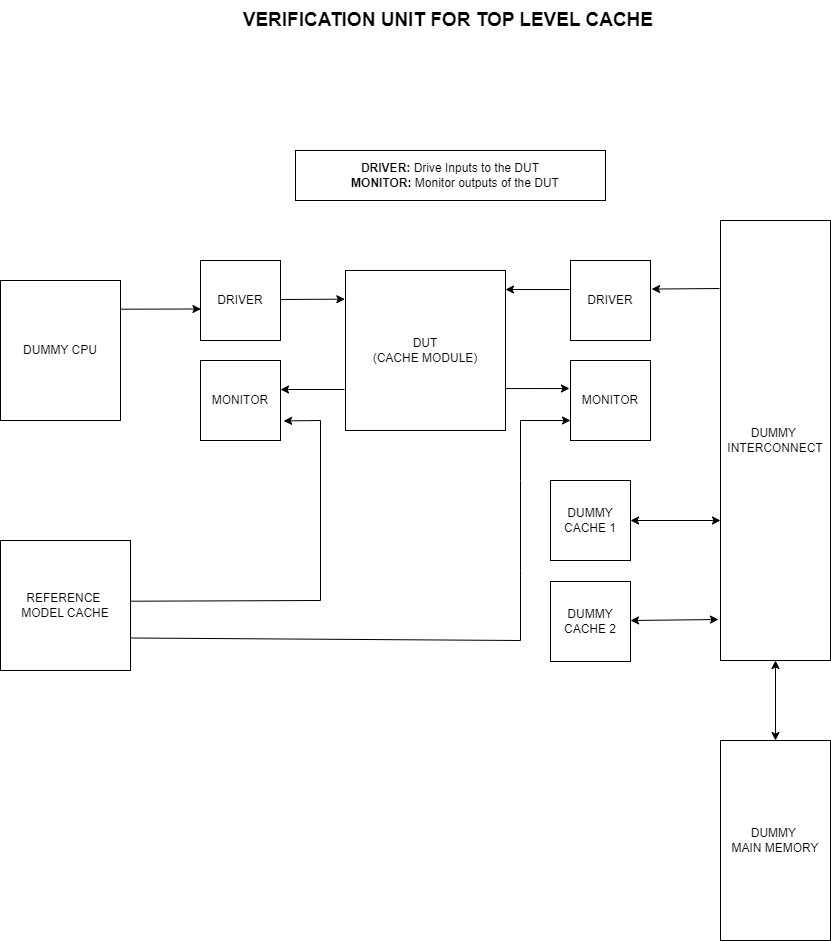
Above: docs/Verification Environment(draw.io).png in Hamzaweb49/cache-core (draw.io), before the change. Source tidied: cells renumbered, new cells last; positions are measured from the earlier drawing's top-left corner, leaving out a move shared by most shapes.
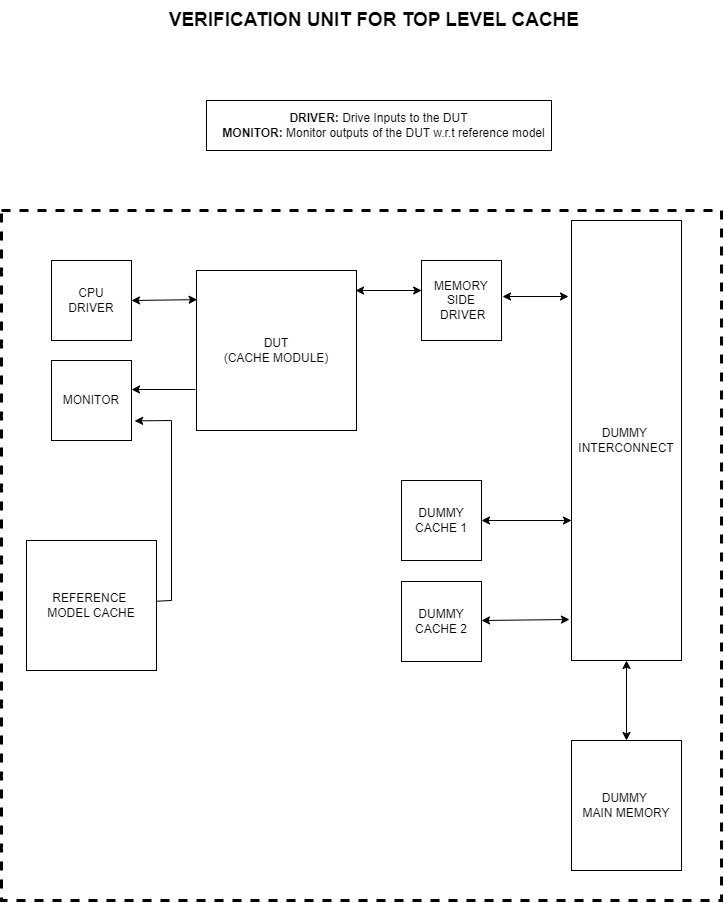
The same file after the commit.

Commit message:
Issue #31: Updated diagram for Verification Environment

Change to the diagram source:
```diff
@@ -2,107 +2,93 @@
   <root>
     <mxCell id="0" />
     <mxCell id="1" parent="0" />
+    <mxCell id="25" value="&lt;b&gt;&lt;font style=&quot;font-size: 19px;&quot;&gt;VERIFICATION UNIT FOR TOP LEVEL CACHE&amp;nbsp;&lt;/font&gt;&lt;/b&gt;" style="text;html=1;align=center;verticalAlign=middle;strokeColor=none;fillColor=none;" parent="1" vertex="1">
+      <mxGeometry x="305" width="440" height="40" as="geometry" />
+    </mxCell>
     <mxCell id="2" value="DUT&lt;br&gt;(CACHE MODULE)" style="whiteSpace=wrap;html=1;" parent="1" vertex="1">
       <mxGeometry x="345" y="270" width="160" height="160" as="geometry" />
     </mxCell>
     <mxCell id="3" value="DUMMY&amp;nbsp;&lt;div&gt;INTERCONNECT&lt;/div&gt;" style="rounded=0;whiteSpace=wrap;html=1;" parent="1" vertex="1">
       <mxGeometry x="720" y="220" width="110" height="440" as="geometry" />
     </mxCell>
-    <mxCell id="4" value="DRIVER" style="whiteSpace=wrap;html=1;" parent="1" vertex="1">
-      <mxGeometry x="570" y="260" width="80" height="80" as="geometry" />
-    </mxCell>
-    <mxCell id="5" value="DRIVER" style="whiteSpace=wrap;html=1;" parent="1" vertex="1">
-      <mxGeometry x="200" y="260" width="80" height="80" as="geometry" />
-    </mxCell>
-    <mxCell id="6" value="MONITOR" style="whiteSpace=wrap;html=1;" parent="1" vertex="1">
-      <mxGeometry x="200" y="360" width="80" height="80" as="geometry" />
-    </mxCell>
-    <mxCell id="7" value="MONITOR" style="whiteSpace=wrap;html=1;" parent="1" vertex="1">
-      <mxGeometry x="570" y="360" width="80" height="80" as="geometry" />
-    </mxCell>
-    <mxCell id="8" value="DUMMY CPU" style="rounded=0;whiteSpace=wrap;html=1;" parent="1" vertex="1">
-      <mxGeometry y="280" width="120" height="140" as="geometry" />
-    </mxCell>
-    <mxCell id="9" style="endArrow=classic;html=1;rounded=0;entryX=0.005;entryY=0.606;entryDx=0;entryDy=0;entryPerimeter=0;exitX=0.999;exitY=0.205;exitDx=0;exitDy=0;exitPerimeter=0;" parent="1" edge="1" source="8" target="5">
-      <mxGeometry relative="1" as="geometry" />
-    </mxCell>
-    <mxCell id="10" style="endArrow=classic;html=1;rounded=0;exitX=0.999;exitY=0.205;exitDx=0;exitDy=0;exitPerimeter=0;entryX=-0.004;entryY=0.179;entryDx=0;entryDy=0;entryPerimeter=0;" parent="1" edge="1" target="2">
-      <mxGeometry relative="1" as="geometry">
-        <mxPoint x="280" y="299" as="sourcePoint" />
-      </mxGeometry>
-    </mxCell>
-    <mxCell id="11" style="endArrow=classic;html=1;rounded=0;exitX=0.999;exitY=0.205;exitDx=0;exitDy=0;exitPerimeter=0;entryX=-0.004;entryY=0.179;entryDx=0;entryDy=0;entryPerimeter=0;" parent="1" edge="1">
-      <mxGeometry relative="1" as="geometry">
-        <mxPoint x="344" y="389" as="sourcePoint" />
-        <mxPoint x="280" y="389" as="targetPoint" />
-      </mxGeometry>
-    </mxCell>
-    <mxCell id="12" style="endArrow=classic;html=1;rounded=0;exitX=0.999;exitY=0.205;exitDx=0;exitDy=0;exitPerimeter=0;entryX=-0.004;entryY=0.179;entryDx=0;entryDy=0;entryPerimeter=0;" parent="1" edge="1">
-      <mxGeometry relative="1" as="geometry">
-        <mxPoint x="569" y="289" as="sourcePoint" />
-        <mxPoint x="505" y="289" as="targetPoint" />
-      </mxGeometry>
-    </mxCell>
-    <mxCell id="13" style="endArrow=classic;html=1;rounded=0;exitX=0.999;exitY=0.205;exitDx=0;exitDy=0;exitPerimeter=0;entryX=1.014;entryY=0.357;entryDx=0;entryDy=0;entryPerimeter=0;" parent="1" edge="1" target="4">
-      <mxGeometry relative="1" as="geometry">
-        <mxPoint x="719" y="288" as="sourcePoint" />
-      </mxGeometry>
-    </mxCell>
-    <mxCell id="14" style="endArrow=classic;html=1;rounded=0;exitX=0.996;exitY=0.738;exitDx=0;exitDy=0;exitPerimeter=0;entryX=0.983;entryY=0.354;entryDx=0;entryDy=0;entryPerimeter=0;" parent="1" edge="1" source="2">
-      <mxGeometry relative="1" as="geometry">
-        <mxPoint x="569" y="388" as="targetPoint" />
-      </mxGeometry>
-    </mxCell>
+    <mxCell id="26" value="MEMORY SIDE&lt;div&gt;&amp;nbsp;DRIVER&lt;/div&gt;" style="whiteSpace=wrap;html=1;" parent="1" vertex="1">
+      <mxGeometry x="570" y="260" width="80" height="80" as="geometry" />
+    </mxCell>
+    <mxCell id="27" value="CPU&lt;div&gt;DRIVER&lt;/div&gt;" style="whiteSpace=wrap;html=1;" parent="1" vertex="1">
+      <mxGeometry x="200" y="260" width="80" height="80" as="geometry" />
+    </mxCell>
+    <mxCell id="28" value="MONITOR" style="whiteSpace=wrap;html=1;" parent="1" vertex="1">
+      <mxGeometry x="200" y="360" width="80" height="80" as="geometry" />
+    </mxCell>
+    <mxCell id="29" style="endArrow=classic;html=1;rounded=0;exitX=0.999;exitY=0.205;exitDx=0;exitDy=0;exitPerimeter=0;entryX=-0.004;entryY=0.179;entryDx=0;entryDy=0;entryPerimeter=0;" parent="1" edge="1">
+      <mxGeometry relative="1" as="geometry">
+        <mxPoint x="344" y="389" as="sourcePoint" />
+        <mxPoint x="280" y="389" as="targetPoint" />
+      </mxGeometry>
+    </mxCell>
     <mxCell id="15" value="DUMMY CACHE 1" style="whiteSpace=wrap;html=1;" parent="1" vertex="1">
       <mxGeometry x="550" y="480" width="80" height="80" as="geometry" />
     </mxCell>
     <mxCell id="16" value="DUMMY CACHE 2" style="whiteSpace=wrap;html=1;" parent="1" vertex="1">
       <mxGeometry x="550" y="581" width="80" height="80" as="geometry" />
     </mxCell>
-    <mxCell id="17" style="endArrow=classic;startArrow=classic;html=1;rounded=0;exitX=1;exitY=0.5;exitDx=0;exitDy=0;" parent="1" edge="1" source="15">
-      <mxGeometry relative="1" as="geometry">
-        <mxPoint x="720" y="520" as="targetPoint" />
-      </mxGeometry>
-    </mxCell>
-    <mxCell id="18" style="endArrow=classic;startArrow=classic;html=1;rounded=0;entryX=-0.017;entryY=0.695;entryDx=0;entryDy=0;entryPerimeter=0;exitX=1;exitY=0.5;exitDx=0;exitDy=0;" parent="1" edge="1">
-      <mxGeometry relative="1" as="geometry">
-        <mxPoint x="630" y="620" as="sourcePoint" />
-        <mxPoint x="718" y="619" as="targetPoint" />
-      </mxGeometry>
-    </mxCell>
+    <mxCell id="30" style="endArrow=classic;startArrow=classic;html=1;rounded=0;exitX=1;exitY=0.5;exitDx=0;exitDy=0;" parent="1" edge="1" source="15">
+      <mxGeometry relative="1" as="geometry">
+        <mxPoint x="720" y="520" as="targetPoint" />
+      </mxGeometry>
+    </mxCell>
+    <mxCell id="31" style="endArrow=classic;startArrow=classic;html=1;rounded=0;entryX=-0.017;entryY=0.695;entryDx=0;entryDy=0;entryPerimeter=0;exitX=1;exitY=0.5;exitDx=0;exitDy=0;" parent="1" edge="1">
+      <mxGeometry relative="1" as="geometry">
+        <mxPoint x="630" y="620" as="sourcePoint" />
+        <mxPoint x="718" y="619" as="targetPoint" />
+      </mxGeometry>
+    </mxCell>
     <mxCell id="19" value="DUMMY&amp;nbsp;&lt;div&gt;MAIN MEMORY&lt;/div&gt;" style="rounded=0;whiteSpace=wrap;html=1;" parent="1" vertex="1">
-      <mxGeometry x="720" y="740" width="110" height="200" as="geometry" />
+      <mxGeometry x="720" y="740" width="110" height="130" as="geometry" />
     </mxCell>
     <mxCell id="20" style="endArrow=classic;startArrow=classic;html=1;rounded=0;exitX=0.5;exitY=1;exitDx=0;exitDy=0;entryX=0.5;entryY=0;entryDx=0;entryDy=0;" parent="1" edge="1" source="3" target="19">
       <mxGeometry relative="1" as="geometry" />
     </mxCell>
     <mxCell id="21" value="REFERENCE&amp;nbsp;&lt;div&gt;MODEL CACHE&lt;/div&gt;" style="whiteSpace=wrap;html=1;" parent="1" vertex="1">
-      <mxGeometry y="540" width="130" height="130" as="geometry" />
+      <mxGeometry x="175" y="540" width="130" height="130" as="geometry" />
     </mxCell>
-    <mxCell id="22" style="endArrow=classic;html=1;rounded=0;entryX=0;entryY=0.75;entryDx=0;entryDy=0;exitX=1;exitY=0.75;exitDx=0;exitDy=0;" parent="1" edge="1" source="21" target="7">
-      <mxGeometry relative="1" as="geometry">
-        <Array as="points">
-          <mxPoint x="520" y="640" />
-          <mxPoint x="520" y="570" />
-          <mxPoint x="520" y="480" />
-          <mxPoint x="520" y="420" />
-        </Array>
-      </mxGeometry>
-    </mxCell>
-    <mxCell id="23" style="endArrow=classic;html=1;rounded=0;entryX=1.039;entryY=0.63;entryDx=0;entryDy=0;entryPerimeter=0;exitX=1.005;exitY=0.467;exitDx=0;exitDy=0;exitPerimeter=0;" parent="1" edge="1" source="21">
-      <mxGeometry relative="1" as="geometry">
-        <mxPoint x="283.1" y="420.4" as="targetPoint" />
-        <Array as="points">
-          <mxPoint x="320" y="600" />
-          <mxPoint x="320" y="420" />
-        </Array>
-      </mxGeometry>
-    </mxCell>
-    <mxCell id="24" value="&lt;b&gt;DRIVER:&amp;nbsp;&lt;/b&gt;Drive Inputs to the DUT&lt;div&gt;&lt;b&gt;&amp;nbsp; &amp;nbsp;MONITOR: &lt;/b&gt;Monitor outputs of the DUT&lt;/div&gt;" style="rounded=0;whiteSpace=wrap;html=1;fillColor=none;" parent="1" vertex="1">
-      <mxGeometry x="295" y="150" width="310" height="50" as="geometry" />
-    </mxCell>
-    <mxCell id="25" value="&lt;b&gt;&lt;font style=&quot;font-size: 19px;&quot;&gt;VERIFICATION UNIT FOR TOP LEVEL CACHE&amp;nbsp;&lt;/font&gt;&lt;/b&gt;" style="text;html=1;align=center;verticalAlign=middle;strokeColor=none;fillColor=none;" parent="1" vertex="1">
-      <mxGeometry x="230" width="440" height="40" as="geometry" />
-    </mxCell>
+    <mxCell id="32" style="endArrow=classic;html=1;rounded=0;entryX=1.039;entryY=0.63;entryDx=0;entryDy=0;entryPerimeter=0;exitX=1.005;exitY=0.467;exitDx=0;exitDy=0;exitPerimeter=0;" parent="1" edge="1" source="21">
+      <mxGeometry relative="1" as="geometry">
+        <mxPoint x="283.1" y="420.4" as="targetPoint" />
+        <Array as="points">
+          <mxPoint x="320" y="600" />
+          <mxPoint x="320" y="420" />
+        </Array>
+      </mxGeometry>
+    </mxCell>
+    <mxCell id="33" value="&lt;b&gt;DRIVER:&amp;nbsp;&lt;/b&gt;Drive Inputs to the DUT&lt;div&gt;&lt;b&gt;&amp;nbsp; &amp;nbsp;MONITOR: &lt;/b&gt;Monitor outputs of the DUT w.r.t reference model&lt;/div&gt;" style="rounded=0;whiteSpace=wrap;html=1;fillColor=none;" parent="1" vertex="1">
+      <mxGeometry x="355" y="100" width="345" height="50" as="geometry" />
+    </mxCell>
+    <mxCell id="34" style="endArrow=classic;startArrow=classic;html=1;rounded=0;entryX=0.004;entryY=0.182;entryDx=0;entryDy=0;entryPerimeter=0;" parent="1" edge="1" target="2">
+      <mxGeometry relative="1" as="geometry">
+        <mxPoint x="280" y="300" as="sourcePoint" />
+      </mxGeometry>
+    </mxCell>
+    <mxCell id="35" style="endArrow=classic;startArrow=classic;html=1;rounded=0;exitX=0.994;exitY=0.125;exitDx=0;exitDy=0;exitPerimeter=0;entryX=0.002;entryY=0.375;entryDx=0;entryDy=0;entryPerimeter=0;" parent="1" edge="1" source="2" target="26">
+      <mxGeometry relative="1" as="geometry" />
+    </mxCell>
+    <mxCell id="36" style="endArrow=classic;startArrow=classic;html=1;rounded=0;exitX=0.994;exitY=0.125;exitDx=0;exitDy=0;exitPerimeter=0;entryX=0.002;entryY=0.375;entryDx=0;entryDy=0;entryPerimeter=0;" parent="1" edge="1">
+      <mxGeometry relative="1" as="geometry">
+        <mxPoint x="651" y="296" as="sourcePoint" />
+        <mxPoint x="717" y="296" as="targetPoint" />
+      </mxGeometry>
+    </mxCell>
+    <mxCell id="37" style="endArrow=none;dashed=1;html=1;rounded=0;strokeWidth=3;" parent="1" edge="1">
+      <mxGeometry relative="1" as="geometry">
+        <mxPoint x="150" y="210" as="sourcePoint" />
+        <mxPoint x="150" y="210" as="targetPoint" />
+        <Array as="points">
+          <mxPoint x="510" y="210" />
+          <mxPoint x="870" y="210" />
+          <mxPoint x="870" y="900" />
+          <mxPoint x="150" y="900" />
+        </Array>
+      </mxGeometry>
+    </mxCell>
   </root>
 </mxGraphModel>
```
